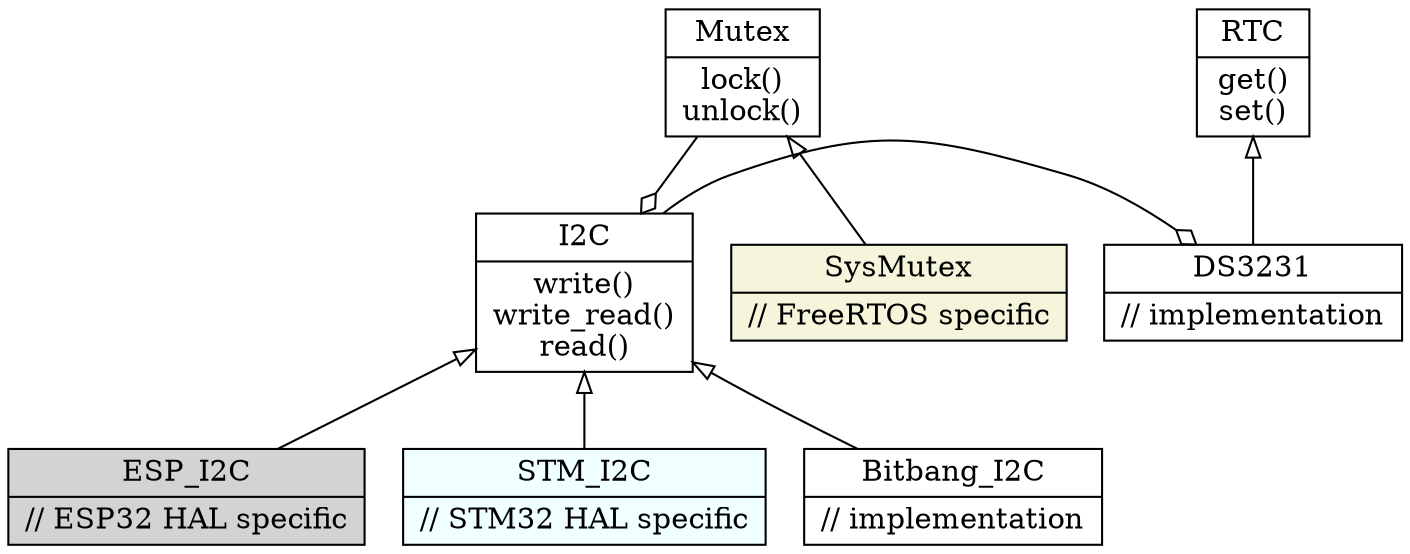
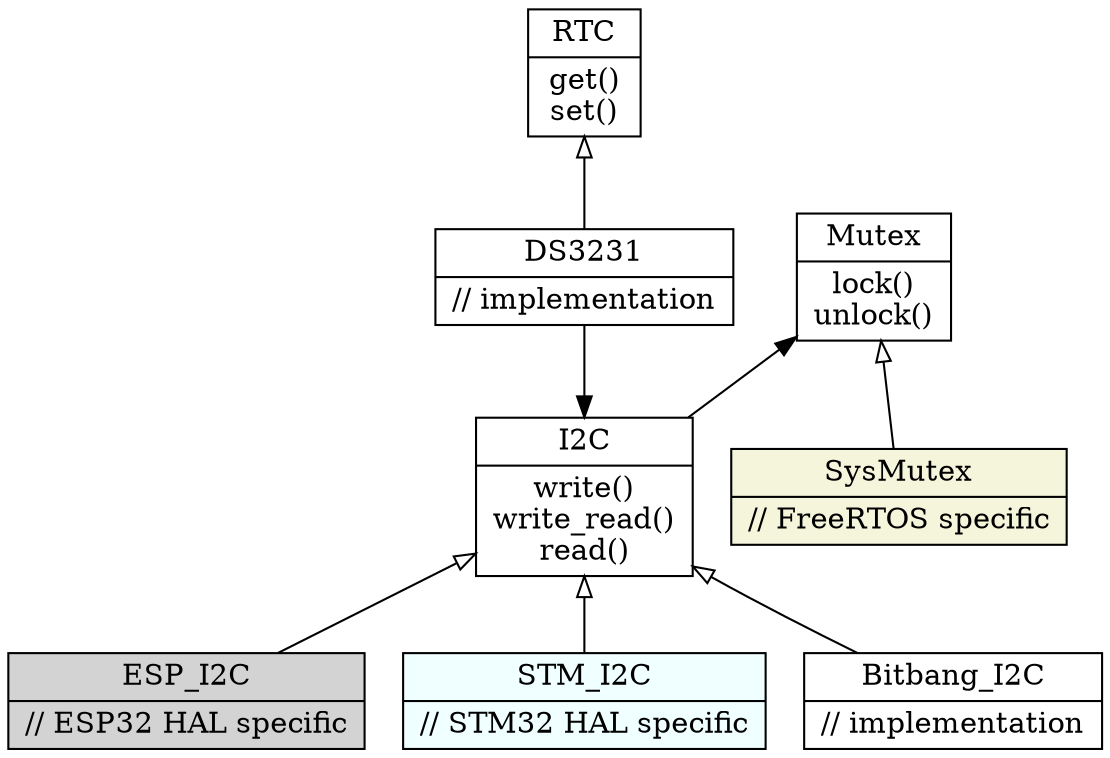
digraph cpp {
- node [shape=record];
- Mutex [label="{Mutex|lock()\nunlock()}"];
- I2C [label="{I2C|write()\nwrite_read()\nread()}"];
- ESP_I2C [label="{ESP_I2C|// ESP32 HAL specific}", style=filled, fillcolor="lightgrey"];
- STM32_I2C [label="{STM_I2C|// STM32 HAL specific}", style=filled, fillcolor="azure"];
- bitbang [label="{Bitbang_I2C|// implementation}"];
- SysMutex [label="{SysMutex|// FreeRTOS specific}", style=filled, fillcolor="beige"];
- RTC [label="{RTC|get()\nset()}"];
- DS3231 [label="{DS3231|// implementation}"];
- { rank=same Mutex, RTC };
- { rank=same SysMutex, I2C, DS3231 };
- { rank=max STM32_I2C, ESP_I2C, bitbang };
-     Mutex -> I2C [arrowhead = ediamond];
+     node [shape=record];
+     Mutex [label="{Mutex|lock()\nunlock()}"];
+     I2C [label="{I2C|write()\nwrite_read()\nread()}"];
+     ESP_I2C [label="{ESP_I2C|// ESP32 HAL specific}", style=filled, fillcolor="lightgrey"];
+     STM32_I2C [label="{STM_I2C|// STM32 HAL specific}", style=filled, fillcolor="azure"];
+     bitbang [label="{Bitbang_I2C|// implementation}"];
+     SysMutex [label="{SysMutex|// FreeRTOS specific}", style=filled, fillcolor="beige"];
+     RTC [label="{RTC|get()\nset()}"];
+     DS3231 [label="{DS3231|// implementation}"];
+ 
+     { rank=min RTC };
+     { rank=same Mutex; DS3231 };
+     { rank=same SysMutex; I2C };
+     { rank=max STM32_I2C; ESP_I2C; bitbang };
+ 
+     I2C -> Mutex [arrowhead = normal];
    SysMutex -> Mutex [arrowhead = empty];
    DS3231 -> RTC [arrowhead = empty];
-     I2C -> DS3231 [arrowhead = ediamond];
+     DS3231 -> I2C [arrowhead = normal];
    ESP_I2C -> I2C [arrowhead = empty];
    STM32_I2C -> I2C [arrowhead = empty];
    bitbang -> I2C [arrowhead = empty];
}
